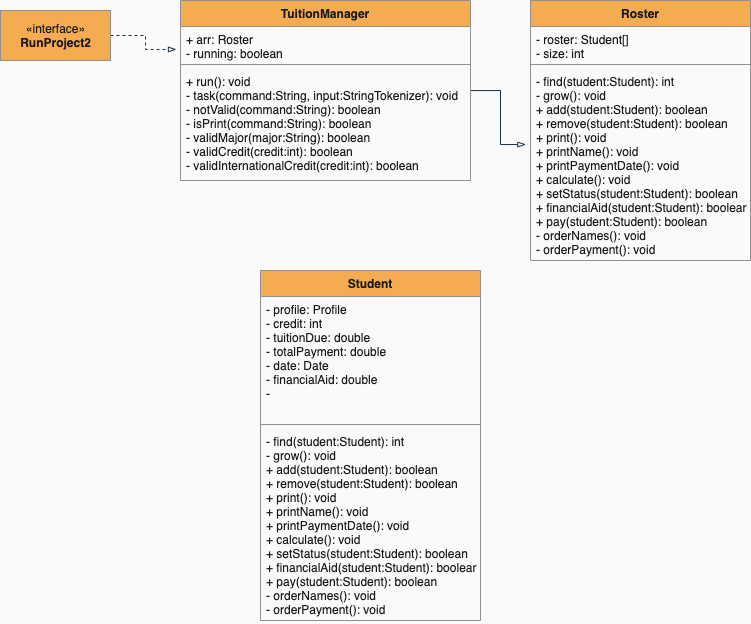
JDunich/Student-Tuition-API keeps this draw.io diagram as UMLDiagram.png. Above is the earlier version. Source tidied: cells renumbered, new cells last; positions are measured from the earlier drawing's top-left corner, leaving out a move shared by most shapes.
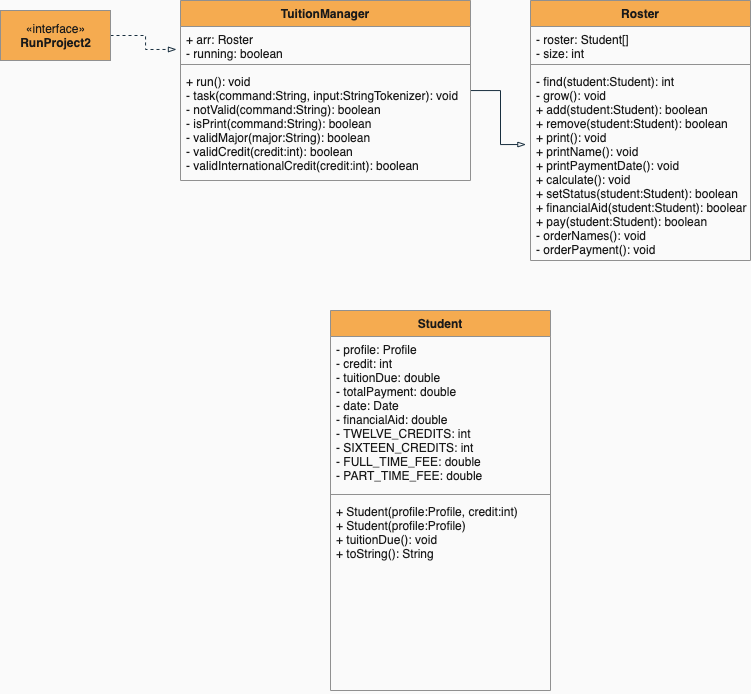
After the change.

Change to the diagram source:
```diff
@@ -36,16 +36,16 @@
       <mxGeometry y="68" width="220" height="192" as="geometry" />
     </mxCell>
     <mxCell id="13" value="Student" style="swimlane;fontStyle=1;align=center;verticalAlign=top;horizontal=1;startSize=26;fillColor=#F5AB50;strokeColor=#909090;fontColor=#1A1A1A;" parent="1" vertex="1">
-      <mxGeometry x="260" y="270" width="220" height="350" as="geometry" />
+      <mxGeometry x="330" y="310" width="220" height="380" as="geometry" />
     </mxCell>
-    <mxCell id="14" value="- profile: Profile&#10;- credit: int&#10;- tuitionDue: double&#10;- totalPayment: double&#10;- date: Date&#10;- financialAid: double&#10;- &#10;" style="text;strokeColor=none;fillColor=none;align=left;verticalAlign=top;spacingLeft=4;spacingRight=4;overflow=hidden;fontColor=#1A1A1A;" parent="13" vertex="1">
-      <mxGeometry y="26" width="220" height="124" as="geometry" />
+    <mxCell id="14" value="- profile: Profile&#10;- credit: int&#10;- tuitionDue: double&#10;- totalPayment: double&#10;- date: Date&#10;- financialAid: double&#10;- TWELVE_CREDITS: int&#10;- SIXTEEN_CREDITS: int&#10;- FULL_TIME_FEE: double&#10;- PART_TIME_FEE: double" style="text;strokeColor=none;fillColor=none;align=left;verticalAlign=top;spacingLeft=4;spacingRight=4;overflow=hidden;fontColor=#1A1A1A;fontStyle=0;" parent="13" vertex="1">
+      <mxGeometry y="26" width="220" height="154" as="geometry" />
     </mxCell>
     <mxCell id="15" style="line;strokeWidth=1;fillColor=none;align=left;verticalAlign=middle;spacingTop=-1;spacingLeft=3;spacingRight=3;labelPosition=right;labelBackgroundColor=#EEEEEE;strokeColor=#909090;fontColor=#1A1A1A;" parent="13" vertex="1">
-      <mxGeometry y="150" width="220" height="8" as="geometry" />
+      <mxGeometry y="180" width="220" height="8" as="geometry" />
     </mxCell>
-    <mxCell id="16" value="- find(student:Student): int&#10;- grow(): void&#10;+ add(student:Student): boolean&#10;+ remove(student:Student): boolean&#10;+ print(): void&#10;+ printName(): void&#10;+ printPaymentDate(): void&#10;+ calculate(): void&#10;+ setStatus(student:Student): boolean&#10;+ financialAid(student:Student): boolean&#10;+ pay(student:Student): boolean&#10;- orderNames(): void&#10;- orderPayment(): void&#10;" style="text;strokeColor=none;fillColor=none;align=left;verticalAlign=top;spacingLeft=4;spacingRight=4;overflow=hidden;fontColor=#1A1A1A;" parent="13" vertex="1">
-      <mxGeometry y="158" width="220" height="192" as="geometry" />
+    <mxCell id="16" value="+ Student(profile:Profile, credit:int)&#10;+ Student(profile:Profile)&#10;+ tuitionDue(): void&#10;+ toString(): String" style="text;strokeColor=none;fillColor=none;align=left;verticalAlign=top;spacingLeft=4;spacingRight=4;overflow=hidden;fontColor=#1A1A1A;" parent="13" vertex="1">
+      <mxGeometry y="188" width="220" height="192" as="geometry" />
     </mxCell>
   </root>
 </mxGraphModel>
```
